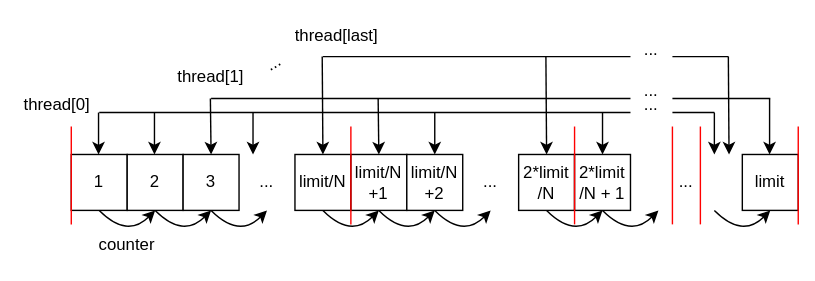
HM4725/The-Art-of-Multiprocessor-Programming keeps this draw.io diagram as chapter1/img/figure1.2.svg. Above is the earlier version. Source tidied: cells renumbered, new cells last; positions are measured from the earlier drawing's top-left corner, leaving out a move shared by most shapes.
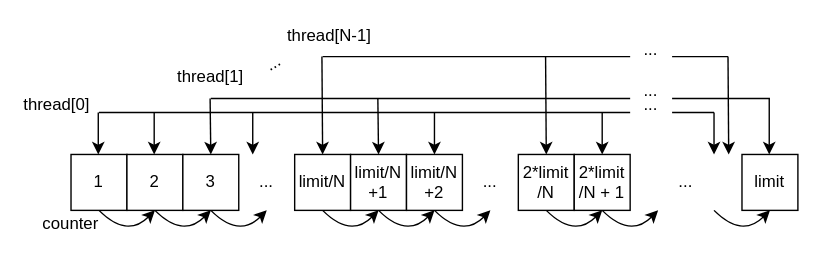
Later version of the same file.

Diff of the diagram source:
```diff
@@ -35,36 +35,6 @@
     <mxCell id="12" value="limit" style="whiteSpace=wrap;html=1;" parent="1" vertex="1">
       <mxGeometry x="520" y="100" width="40" height="40" as="geometry" />
     </mxCell>
-    <mxCell id="13" style="endArrow=none;html=1;rounded=0;strokeColor=#FF0000;" parent="1" edge="1">
-      <mxGeometry relative="1" as="geometry">
-        <mxPoint x="400" y="150" as="sourcePoint" />
-        <mxPoint x="400" y="80" as="targetPoint" />
-      </mxGeometry>
-    </mxCell>
-    <mxCell id="14" style="endArrow=none;html=1;rounded=0;strokeColor=#FF0000;" parent="1" edge="1">
-      <mxGeometry relative="1" as="geometry">
-        <mxPoint x="470" y="150" as="sourcePoint" />
-        <mxPoint x="470" y="80" as="targetPoint" />
-      </mxGeometry>
-    </mxCell>
-    <mxCell id="15" style="endArrow=none;html=1;rounded=0;strokeColor=#FF0000;" parent="1" edge="1">
-      <mxGeometry relative="1" as="geometry">
-        <mxPoint x="490" y="150" as="sourcePoint" />
-        <mxPoint x="490" y="80" as="targetPoint" />
-      </mxGeometry>
-    </mxCell>
-    <mxCell id="16" style="endArrow=none;html=1;rounded=0;strokeColor=#FF0000;" parent="1" edge="1">
-      <mxGeometry relative="1" as="geometry">
-        <mxPoint x="560" y="150" as="sourcePoint" />
-        <mxPoint x="560" y="80" as="targetPoint" />
-      </mxGeometry>
-    </mxCell>
-    <mxCell id="17" style="endArrow=none;html=1;rounded=0;strokeColor=#FF0000;" parent="1" edge="1">
-      <mxGeometry relative="1" as="geometry">
-        <mxPoint x="40" y="150" as="sourcePoint" />
-        <mxPoint x="40" y="80" as="targetPoint" />
-      </mxGeometry>
-    </mxCell>
     <mxCell id="18" value="thread[0]" style="text;html=1;strokeColor=none;fillColor=none;align=center;verticalAlign=middle;whiteSpace=wrap;rounded=0;" parent="1" vertex="1">
       <mxGeometry y="50" width="60" height="30" as="geometry" />
     </mxCell>
@@ -110,12 +80,6 @@
     <mxCell id="26" value="..." style="text;html=1;strokeColor=none;fillColor=none;align=center;verticalAlign=middle;whiteSpace=wrap;rounded=0;" parent="1" vertex="1">
       <mxGeometry x="430" y="50" width="50" height="30" as="geometry" />
     </mxCell>
-    <mxCell id="27" style="endArrow=none;html=1;rounded=0;strokeColor=#FF0000;" parent="1" edge="1">
-      <mxGeometry relative="1" as="geometry">
-        <mxPoint x="240" y="150" as="sourcePoint" />
-        <mxPoint x="240" y="80" as="targetPoint" />
-      </mxGeometry>
-    </mxCell>
     <mxCell id="28" style="endArrow=classic;html=1;rounded=0;strokeColor=#000000;entryX=0.5;entryY=0;entryDx=0;entryDy=0;" parent="1" edge="1" target="7">
       <mxGeometry relative="1" as="geometry">
         <mxPoint x="300" y="70" as="sourcePoint" />
@@ -198,7 +162,7 @@
       </mxGeometry>
     </mxCell>
     <mxCell id="44" value="counter" style="text;html=1;strokeColor=none;fillColor=none;align=center;verticalAlign=middle;whiteSpace=wrap;rounded=0;" parent="1" vertex="1">
-      <mxGeometry x="50" y="150" width="60" height="30" as="geometry" />
+      <mxGeometry x="10" y="135" width="60" height="30" as="geometry" />
     </mxCell>
     <mxCell id="45" style="curved=1;endArrow=classic;html=1;rounded=0;strokeColor=#000000;" parent="1" edge="1">
       <mxGeometry relative="1" as="geometry">
@@ -281,8 +245,8 @@
         </Array>
       </mxGeometry>
     </mxCell>
-    <mxCell id="54" value="thread[last]" style="text;html=1;strokeColor=none;fillColor=none;align=center;verticalAlign=middle;whiteSpace=wrap;rounded=0;" parent="1" vertex="1">
-      <mxGeometry x="200" width="60" height="30" as="geometry" />
-    </mxCell>
+    <mxCell id="55" value="thread[N-1]" style="text;html=1;strokeColor=none;fillColor=none;align=center;verticalAlign=middle;whiteSpace=wrap;rounded=0;" parent="1" vertex="1">
+      <mxGeometry x="190" width="70" height="30" as="geometry" />
+    </mxCell>
   </root>
 </mxGraphModel>
```
